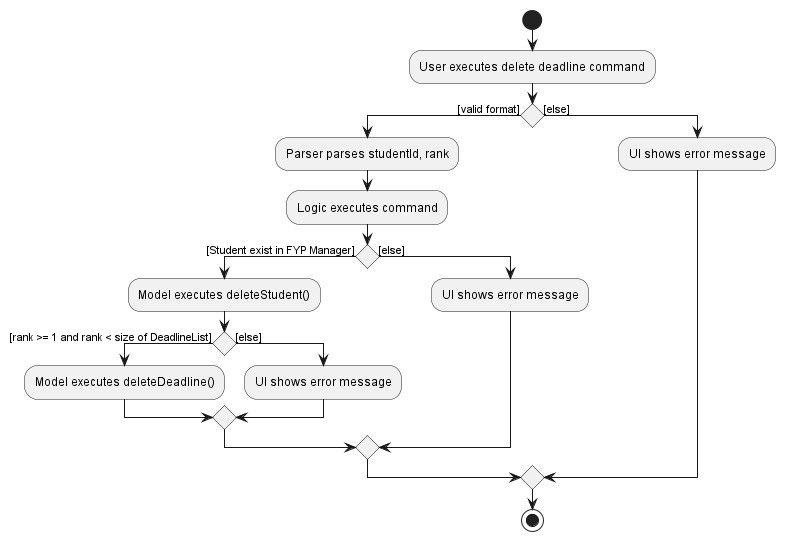
Above: docs/images/DeleteDeadlineActivityDiagram.png in nus-cs2103-AY2223S1/tp (PlantUML), before the change.
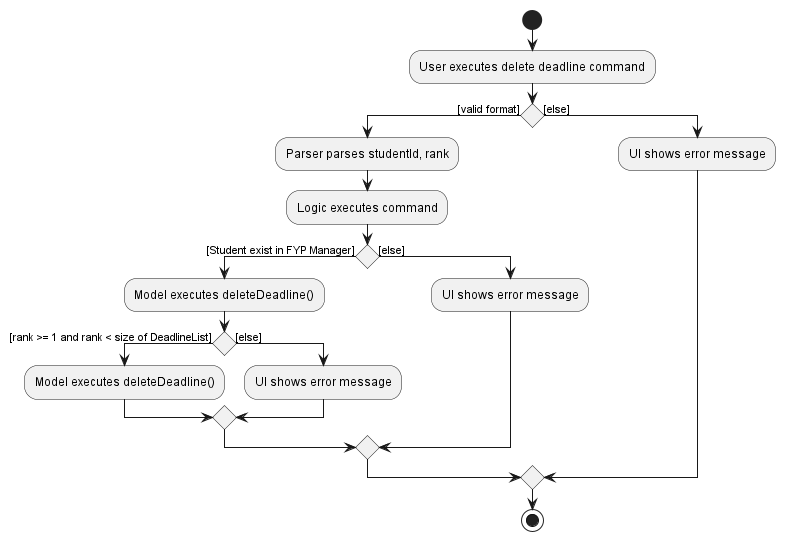
After the change.

Commit message:
Edit errors in diagrams and spelling mistakes

What changed in the source:
```diff
@@ -7,7 +7,7 @@
     :Parser parses studentId, rank;
     :Logic executes command;
     if () then ([Student exist in FYP Manager])
-        :Model executes deleteStudent();
+        :Model executes deleteDeadline();
             if () then ([rank >= 1 and rank < size of DeadlineList])
                 :Model executes deleteDeadline();
             else ([else])
```
